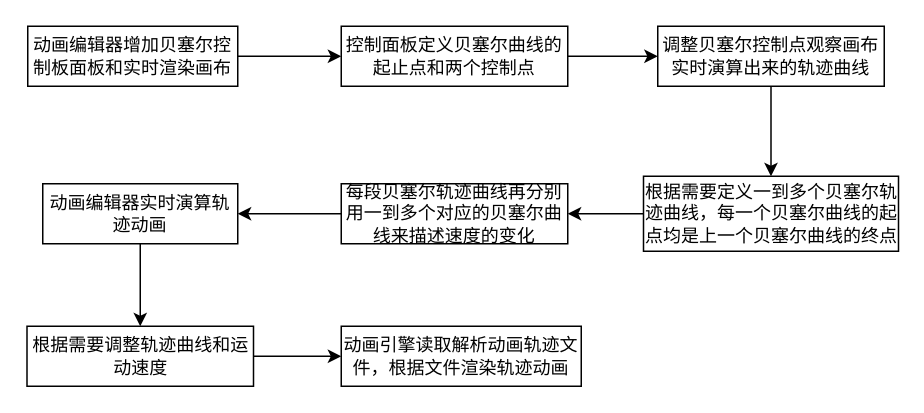
greenabyss/image keeps this draw.io diagram as 未命名绘图.drawio. Above is the earlier version. Source tidied: cells renumbered, new cells numbered last; positions are measured from the earlier drawing's top-left corner, leaving out a move shared by most shapes. Both pictures are drawn from the tidied source at 150%, with x=0, y=0 at pixel (27, 26).
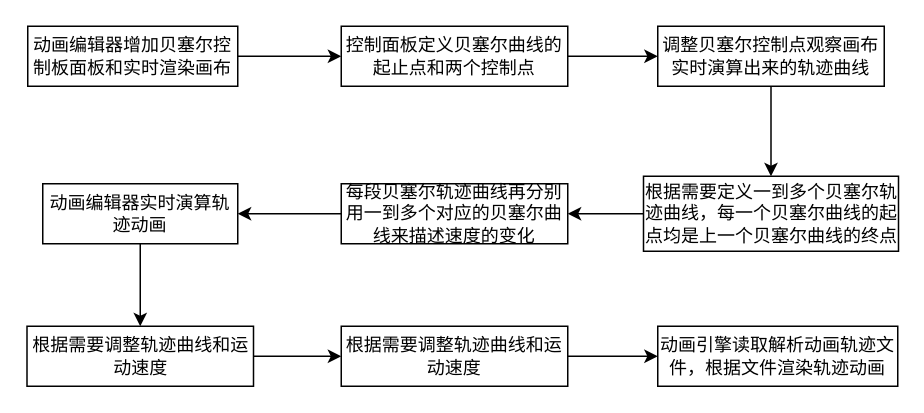
After the change.

Commit message:
更新未命名绘图.drawio

Diff of the diagram source:
```diff
@@
 <mxGraphModel>
   <root>
     <mxCell id="0" />
     <mxCell id="1" parent="0" />
     <mxCell id="2" style="edgeStyle=orthogonalEdgeStyle;rounded=0;jettySize=auto;html=1;exitX=1;exitY=0.5;exitDx=0;exitDy=0;" parent="1" edge="1" source="3" target="5">
       <mxGeometry relative="1" as="geometry" />
     </mxCell>
     <mxCell id="3" value="动画编辑器增加贝塞尔控制板面板和实时渲染画布" style="rounded=0;whiteSpace=wrap;html=1;" parent="1" vertex="1">
       <mxGeometry width="140" height="40" as="geometry" />
     </mxCell>
     <mxCell id="4" style="edgeStyle=orthogonalEdgeStyle;rounded=0;jettySize=auto;html=1;exitX=1;exitY=0.5;exitDx=0;exitDy=0;entryX=0;entryY=0.5;entryDx=0;entryDy=0;" parent="1" edge="1" source="5" target="7">
       <mxGeometry relative="1" as="geometry" />
     </mxCell>
     <mxCell id="5" value="控制面板定义贝塞尔曲线的起止点和两个控制点" style="rounded=0;whiteSpace=wrap;html=1;" parent="1" vertex="1">
       <mxGeometry x="209" width="151" height="40" as="geometry" />
     </mxCell>
     <mxCell id="6" style="edgeStyle=orthogonalEdgeStyle;rounded=0;jettySize=auto;html=1;exitX=0.5;exitY=1;exitDx=0;exitDy=0;entryX=0.5;entryY=0;entryDx=0;entryDy=0;" parent="1" edge="1" source="7" target="9">
       <mxGeometry relative="1" as="geometry" />
     </mxCell>
     <mxCell id="7" value="调整贝塞尔控制点观察画布实时演算出来的轨迹曲线" style="rounded=0;whiteSpace=wrap;html=1;" parent="1" vertex="1">
       <mxGeometry x="420" width="151" height="40" as="geometry" />
     </mxCell>
     <mxCell id="8" style="edgeStyle=orthogonalEdgeStyle;rounded=0;jettySize=auto;html=1;exitX=0;exitY=0.5;exitDx=0;exitDy=0;entryX=1;entryY=0.5;entryDx=0;entryDy=0;" parent="1" edge="1" source="9" target="11">
       <mxGeometry relative="1" as="geometry" />
     </mxCell>
     <mxCell id="9" value="根据需要定义一到多个贝塞尔轨迹曲线，每一个贝塞尔曲线的起点均是上一个贝塞尔曲线的终点" style="rounded=0;whiteSpace=wrap;html=1;" parent="1" vertex="1">
       <mxGeometry x="410.5" y="100" width="170" height="50" as="geometry" />
     </mxCell>
     <mxCell id="10" style="edgeStyle=orthogonalEdgeStyle;rounded=0;jettySize=auto;html=1;exitX=0;exitY=0.5;exitDx=0;exitDy=0;entryX=1;entryY=0.5;entryDx=0;entryDy=0;" parent="1" edge="1" source="11" target="16">
       <mxGeometry relative="1" as="geometry" />
     </mxCell>
     <mxCell id="11" value="每段贝塞尔轨迹曲线再分别用一到多个对应的贝塞尔曲线来描述速度的变化" style="rounded=0;whiteSpace=wrap;html=1;" parent="1" vertex="1">
       <mxGeometry x="209" y="105" width="151" height="40" as="geometry" />
     </mxCell>
-    <mxCell id="12" style="edgeStyle=orthogonalEdgeStyle;rounded=0;jettySize=auto;html=1;exitX=1;exitY=0.5;exitDx=0;exitDy=0;entryX=0;entryY=0.5;entryDx=0;entryDy=0;" parent="1" edge="1" source="13" target="14">
-      <mxGeometry relative="1" as="geometry" />
-    </mxCell>
+    <mxCell id="17" style="edgeStyle=orthogonalEdgeStyle;rounded=0;jettySize=auto;html=1;exitX=1;exitY=0.5;exitDx=0;exitDy=0;entryX=0;entryY=0.5;entryDx=0;entryDy=0;" parent="1" edge="1" source="13" target="19">
+      <mxGeometry relative="1" as="geometry" />
+    </mxCell>
     <mxCell id="13" value="根据需要调整轨迹曲线和运动速度" style="rounded=0;whiteSpace=wrap;html=1;" parent="1" vertex="1">
       <mxGeometry x="-0.5" y="200" width="151" height="40" as="geometry" />
     </mxCell>
     <mxCell id="14" value="动画引擎读取解析动画轨迹文件，根据文件渲染轨迹动画" style="rounded=0;whiteSpace=wrap;html=1;" parent="1" vertex="1">
-      <mxGeometry x="209" y="200" width="160" height="40" as="geometry" />
+      <mxGeometry x="420" y="200" width="160" height="40" as="geometry" />
     </mxCell>
     <mxCell id="15" style="edgeStyle=orthogonalEdgeStyle;rounded=0;jettySize=auto;html=1;exitX=0.5;exitY=1;exitDx=0;exitDy=0;entryX=0.5;entryY=0;entryDx=0;entryDy=0;" parent="1" edge="1" source="16" target="13">
       <mxGeometry relative="1" as="geometry" />
     </mxCell>
     <mxCell id="16" value="动画编辑器实时演算轨迹动画" style="rounded=0;whiteSpace=wrap;html=1;" parent="1" vertex="1">
       <mxGeometry x="10" y="105" width="130" height="40" as="geometry" />
     </mxCell>
+    <mxCell id="18" style="edgeStyle=orthogonalEdgeStyle;rounded=0;jettySize=auto;html=1;exitX=1;exitY=0.5;exitDx=0;exitDy=0;entryX=0;entryY=0.5;entryDx=0;entryDy=0;" parent="1" edge="1" source="19" target="14">
+      <mxGeometry relative="1" as="geometry" />
+    </mxCell>
+    <mxCell id="19" value="根据需要调整轨迹曲线和运动速度" style="rounded=0;whiteSpace=wrap;html=1;" parent="1" vertex="1">
+      <mxGeometry x="209" y="200" width="151" height="40" as="geometry" />
+    </mxCell>
   </root>
 </mxGraphModel>
```
